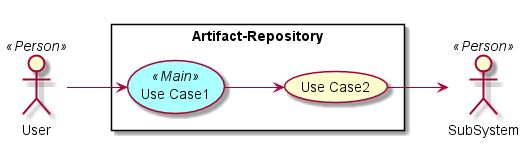
This is docs/Solution/Artifact-Repository/UseCases.png from CAADE/C3, a PlantUML export, as it was before one commit.
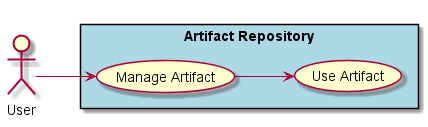
The same file after the commit.

What changed in the source:
```diff
@@ -2,22 +2,16 @@
 
 left to right direction
 
-skinparam usecase {
-  BackgroudnColor #ffffaa
-  BackgroundColor<<Main>> #aaffff
-}
-actor :User: <<Person>>
-actor :SubSystem: <<Person>>
+actor :User:
 
 
-rectangle "Artifact-Repository" {
-UseCase UC1 <<Main>> as "Use Case1"
-UseCase UC2  as "Use Case2"
+rectangle "Artifact Repository" #lightblue {
+UseCase UC1 as "Manage Artifact"
+UseCase UC2 as "Use Artifact"
 
 
 User --> UC1
 UC1 --> UC2
-UC2 --> SubSystem
 }
 
 @enduml
```
